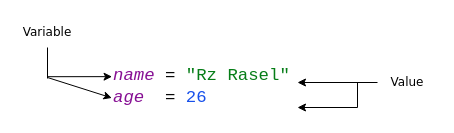
Above: page "Page-1" (1 of 7) of Tutorial - Kotlin/Kotlin Tutorial For Beginners/Kotlin Tutorial For Beginners - 02 Variables.drawio in rzrasel/temp-and-app (draw.io), before the change. Source tidied: cells renumbered, new cells numbered last; positions are measured from the earlier drawing's top-left corner, leaving out a move shared by most shapes. Both pictures are drawn from the tidied source at 100%, with x=0, y=0 at pixel (17, 17).
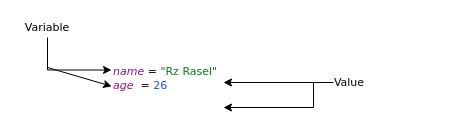
After the change.

What changed in the source:
```diff
@@
 <mxGraphModel>
   <root>
     <mxCell id="0" />
     <mxCell id="1" parent="0" />
-    <mxCell id="2" value="&lt;b style=&quot;font-weight: normal&quot; id=&quot;docs-internal-guid-f30ee5c5-7fff-1c72-a1e1-69f34a020f00&quot;&gt;&lt;p dir=&quot;ltr&quot; style=&quot;line-height: 1.38 ; text-align: justify ; margin-top: 0pt ; margin-bottom: 0pt&quot;&gt;&lt;span style=&quot;font-size: 13pt ; font-family: &amp;#34;courier new&amp;#34; ; color: rgb(135 , 16 , 148) ; background-color: rgb(255 , 255 , 255) ; font-weight: 400 ; font-style: italic ; font-variant: normal ; text-decoration: none ; vertical-align: baseline&quot;&gt;name&amp;nbsp;&lt;/span&gt;&lt;span style=&quot;font-size: 13pt ; font-family: &amp;#34;courier new&amp;#34; ; color: rgb(8 , 8 , 8) ; background-color: rgb(255 , 255 , 255) ; font-weight: 400 ; font-style: normal ; font-variant: normal ; text-decoration: none ; vertical-align: baseline&quot;&gt;= &lt;/span&gt;&lt;span style=&quot;font-size: 13pt ; font-family: &amp;#34;courier new&amp;#34; ; color: rgb(6 , 125 , 23) ; background-color: rgb(255 , 255 , 255) ; font-weight: 400 ; font-style: normal ; font-variant: normal ; text-decoration: none ; vertical-align: baseline&quot;&gt;&quot;Rz Rasel&quot;&lt;/span&gt;&lt;/p&gt;&lt;span style=&quot;font-size: 13pt ; font-family: &amp;#34;courier new&amp;#34; ; color: rgb(135 , 16 , 148) ; background-color: rgb(255 , 255 , 255) ; font-weight: 400 ; font-style: italic ; font-variant: normal ; text-decoration: none ; vertical-align: baseline&quot;&gt;age&amp;nbsp;&amp;nbsp;&lt;/span&gt;&lt;span style=&quot;font-size: 13pt ; font-family: &amp;#34;courier new&amp;#34; ; color: rgb(8 , 8 , 8) ; background-color: rgb(255 , 255 , 255) ; font-weight: 400 ; font-style: normal ; font-variant: normal ; text-decoration: none ; vertical-align: baseline&quot;&gt;= &lt;/span&gt;&lt;span style=&quot;font-size: 13pt ; font-family: &amp;#34;courier new&amp;#34; ; color: rgb(23 , 80 , 235) ; background-color: rgb(255 , 255 , 255) ; font-weight: 400 ; font-style: normal ; font-variant: normal ; text-decoration: none ; vertical-align: baseline&quot;&gt;26&lt;/span&gt;&lt;/b&gt;" style="text;whiteSpace=wrap;html=1;" parent="1" vertex="1">
-      <mxGeometry x="94" y="40" width="186" height="50" as="geometry" />
+    <mxCell id="2" value="&lt;b style=&quot;font-weight: normal; font-size: 11px;&quot; id=&quot;docs-internal-guid-f30ee5c5-7fff-1c72-a1e1-69f34a020f00&quot;&gt;&lt;p dir=&quot;ltr&quot; style=&quot;line-height: 1.38; text-align: justify; margin-top: 0pt; margin-bottom: 0pt; font-size: 11px;&quot;&gt;&lt;span style=&quot;font-size: 11px; color: rgb(135, 16, 148); background-color: rgb(255, 255, 255); font-weight: 400; font-style: italic; font-variant: normal; text-decoration: none; vertical-align: baseline;&quot;&gt;name&amp;nbsp;&lt;/span&gt;&lt;span style=&quot;font-size: 11px; color: rgb(8, 8, 8); background-color: rgb(255, 255, 255); font-weight: 400; font-style: normal; font-variant: normal; text-decoration: none; vertical-align: baseline;&quot;&gt;= &lt;/span&gt;&lt;span style=&quot;font-size: 11px; color: rgb(6, 125, 23); background-color: rgb(255, 255, 255); font-weight: 400; font-style: normal; font-variant: normal; text-decoration: none; vertical-align: baseline;&quot;&gt;&quot;Rz Rasel&quot;&lt;/span&gt;&lt;/p&gt;&lt;span style=&quot;font-size: 11px; color: rgb(135, 16, 148); background-color: rgb(255, 255, 255); font-weight: 400; font-style: italic; font-variant: normal; text-decoration: none; vertical-align: baseline;&quot;&gt;age&amp;nbsp;&amp;nbsp;&lt;/span&gt;&lt;span style=&quot;font-size: 11px; color: rgb(8, 8, 8); background-color: rgb(255, 255, 255); font-weight: 400; font-style: normal; font-variant: normal; text-decoration: none; vertical-align: baseline;&quot;&gt;= &lt;/span&gt;&lt;span style=&quot;font-size: 11px; color: rgb(23, 80, 235); background-color: rgb(255, 255, 255); font-weight: 400; font-style: normal; font-variant: normal; text-decoration: none; vertical-align: baseline;&quot;&gt;26&lt;/span&gt;&lt;/b&gt;" style="text;whiteSpace=wrap;html=1;fontFamily=Verdana;fontSize=11;" parent="1" vertex="1">
+      <mxGeometry x="94" y="40" width="112" height="50" as="geometry" />
     </mxCell>
-    <mxCell id="3" style="edgeStyle=orthogonalEdgeStyle;rounded=0;jettySize=auto;html=1;exitX=0.5;exitY=1;exitDx=0;exitDy=0;entryX=0.003;entryY=0.383;entryDx=0;entryDy=0;fontFamily=Verdana;entryPerimeter=0;" parent="1" edge="1" source="4" target="2">
+    <mxCell id="3" style="edgeStyle=orthogonalEdgeStyle;rounded=0;jettySize=auto;html=1;exitX=0.5;exitY=1;exitDx=0;exitDy=0;entryX=0;entryY=0.25;entryDx=0;entryDy=0;fontFamily=Verdana;fontSize=11;" parent="1" edge="1" source="4" target="2">
       <mxGeometry relative="1" as="geometry" />
     </mxCell>
-    <mxCell id="4" value="Variable" style="text;html=1;strokeColor=none;fillColor=none;align=center;verticalAlign=middle;whiteSpace=wrap;rounded=0;fontFamily=Verdana;" parent="1" vertex="1">
-      <mxGeometry width="60" height="30" as="geometry" />
+    <mxCell id="4" value="Variable" style="text;html=1;strokeColor=none;fillColor=none;align=center;verticalAlign=middle;whiteSpace=wrap;rounded=0;fontFamily=Verdana;fontSize=11;" parent="1" vertex="1">
+      <mxGeometry width="60" height="20" as="geometry" />
     </mxCell>
-    <mxCell id="5" style="endArrow=classic;html=1;rounded=0;fontFamily=Verdana;entryX=0.002;entryY=0.809;entryDx=0;entryDy=0;entryPerimeter=0;" parent="1" edge="1" target="2">
+    <mxCell id="5" style="endArrow=classic;html=1;rounded=0;fontFamily=Verdana;entryX=0.002;entryY=0.577;entryDx=0;entryDy=0;entryPerimeter=0;fontSize=11;" parent="1" edge="1" target="2">
       <mxGeometry relative="1" as="geometry">
-        <mxPoint x="30" y="60" as="sourcePoint" />
+        <mxPoint x="30" y="50" as="sourcePoint" />
+        <Array as="points">
+          <mxPoint x="30" y="50" />
+        </Array>
       </mxGeometry>
     </mxCell>
-    <mxCell id="6" style="endArrow=none;html=1;rounded=0;fontFamily=Verdana;" parent="1" edge="1">
+    <mxCell id="6" style="endArrow=none;html=1;rounded=0;fontFamily=Verdana;fontSize=11;" parent="1" edge="1">
       <mxGeometry relative="1" as="geometry">
-        <mxPoint x="30" y="61" as="sourcePoint" />
+        <mxPoint x="30" y="51" as="sourcePoint" />
         <mxPoint x="30" y="51" as="targetPoint" />
       </mxGeometry>
     </mxCell>
-    <mxCell id="7" style="edgeStyle=orthogonalEdgeStyle;rounded=0;jettySize=auto;html=1;" parent="1" edge="1" source="8" target="2">
+    <mxCell id="7" style="edgeStyle=orthogonalEdgeStyle;rounded=0;jettySize=auto;html=1;fontFamily=Verdana;fontSize=11;" parent="1" edge="1" source="8" target="2">
       <mxGeometry relative="1" as="geometry" />
     </mxCell>
-    <mxCell id="8" value="Value" style="text;html=1;strokeColor=none;fillColor=none;align=center;verticalAlign=middle;whiteSpace=wrap;rounded=0;fontFamily=Verdana;" parent="1" vertex="1">
-      <mxGeometry x="360" y="50" width="60" height="30" as="geometry" />
+    <mxCell id="8" value="Value" style="text;html=1;strokeColor=none;fillColor=none;align=center;verticalAlign=middle;whiteSpace=wrap;rounded=0;fontFamily=Verdana;fontSize=11;" parent="1" vertex="1">
+      <mxGeometry x="309" y="55" width="46" height="20" as="geometry" />
     </mxCell>
-    <mxCell id="9" style="endArrow=classic;html=1;rounded=0;edgeStyle=orthogonalEdgeStyle;" parent="1" edge="1" target="2">
+    <mxCell id="9" style="endArrow=classic;html=1;rounded=0;edgeStyle=orthogonalEdgeStyle;fontFamily=Verdana;fontSize=11;" parent="1" edge="1" target="2">
       <mxGeometry relative="1" as="geometry">
-        <mxPoint x="340" y="65" as="sourcePoint" />
+        <mxPoint x="316" y="65" as="sourcePoint" />
         <Array as="points">
-          <mxPoint x="340" y="90" />
+          <mxPoint x="296" y="65" />
+          <mxPoint x="296" y="90" />
         </Array>
       </mxGeometry>
     </mxCell>
   </root>
 </mxGraphModel>
```
